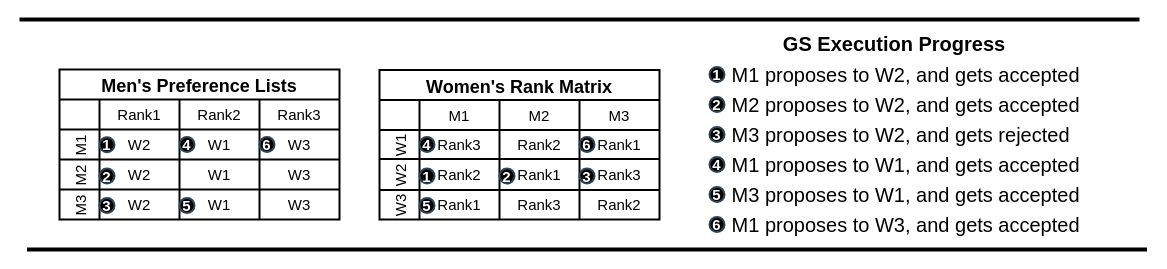
victorliu-sq/BambooSMP-Figures keeps this draw.io diagram as GSExecution.drawio. Above is the earlier version. Source tidied: cells renumbered, new cells numbered last; positions are measured from the earlier drawing's top-left corner, leaving out a move shared by most shapes. Both pictures are drawn from the tidied source at 100%, with x=0, y=0 at pixel (19, 19).
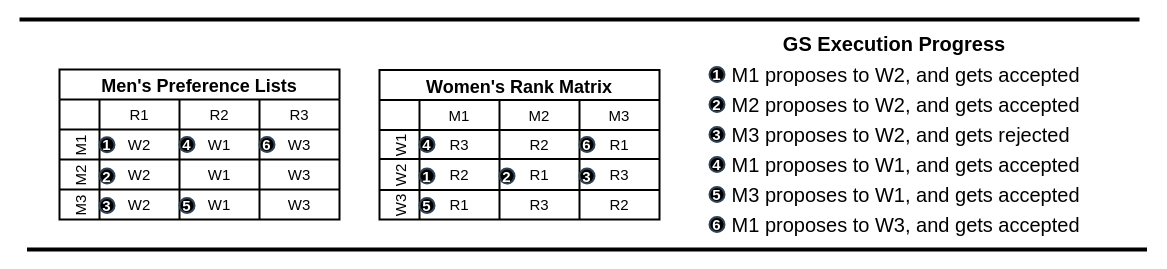
The same diagram, later.

Unchanged cells that the change refers to:
```xml
<mxCell id="3" style="shape=tableRow;horizontal=0;startSize=40;swimlaneHead=0;swimlaneBody=0;strokeColor=inherit;top=0;left=0;bottom=0;right=0;fillColor=none;fontSize=15;strokeWidth=2;" parent="2" vertex="1">
  <mxGeometry y="30" width="280" height="30" as="geometry" />
</mxCell>
<mxCell id="24" value="W1" style="shape=tableRow;horizontal=0;startSize=40;swimlaneHead=0;swimlaneBody=0;strokeColor=inherit;top=0;left=0;bottom=0;right=0;fillColor=none;fontSize=15;strokeWidth=2;" parent="19" vertex="1">
  <mxGeometry y="60" width="280" height="29" as="geometry" />
</mxCell>
<mxCell id="28" value="W2" style="shape=tableRow;horizontal=0;startSize=40;swimlaneHead=0;swimlaneBody=0;strokeColor=inherit;top=0;left=0;bottom=0;right=0;fillColor=none;fontSize=15;strokeWidth=2;" parent="19" vertex="1">
  <mxGeometry y="89" width="280" height="31" as="geometry" />
</mxCell>
<mxCell id="32" value="W3" style="shape=tableRow;horizontal=0;startSize=40;swimlaneHead=0;swimlaneBody=0;strokeColor=inherit;top=0;left=0;bottom=0;right=0;fillColor=none;fontSize=15;strokeWidth=2;" parent="19" vertex="1">
  <mxGeometry y="120" width="280" height="29" as="geometry" />
</mxCell>
```

Diff of the diagram source:
```diff
@@
-    <mxCell id="4" value="Rank1" style="shape=partialRectangle;html=1;whiteSpace=wrap;strokeColor=inherit;overflow=hidden;fillColor=none;top=0;left=0;bottom=0;right=0;fontSize=15;strokeWidth=2;" parent="3" vertex="1">
+    <mxCell id="4" value="R1" style="shape=partialRectangle;html=1;whiteSpace=wrap;strokeColor=inherit;overflow=hidden;fillColor=none;top=0;left=0;bottom=0;right=0;fontSize=15;strokeWidth=2;" parent="3" vertex="1">
       <mxGeometry x="40" width="80" height="30" as="geometry" />
     </mxCell>
-    <mxCell id="5" value="Rank2" style="shape=partialRectangle;html=1;whiteSpace=wrap;strokeColor=inherit;overflow=hidden;fillColor=none;top=0;left=0;bottom=0;right=0;fontSize=15;strokeWidth=2;" parent="3" vertex="1">
+    <mxCell id="5" value="R2" style="shape=partialRectangle;html=1;whiteSpace=wrap;strokeColor=inherit;overflow=hidden;fillColor=none;top=0;left=0;bottom=0;right=0;fontSize=15;strokeWidth=2;" parent="3" vertex="1">
       <mxGeometry x="120" width="80" height="30" as="geometry" />
     </mxCell>
-    <mxCell id="6" value="Rank3" style="shape=partialRectangle;html=1;whiteSpace=wrap;strokeColor=inherit;overflow=hidden;fillColor=none;top=0;left=0;bottom=0;right=0;strokeWidth=2;fontSize=15;" parent="3" vertex="1">
+    <mxCell id="6" value="R3" style="shape=partialRectangle;html=1;whiteSpace=wrap;strokeColor=inherit;overflow=hidden;fillColor=none;top=0;left=0;bottom=0;right=0;strokeWidth=2;fontSize=15;" parent="3" vertex="1">
       <mxGeometry x="200" width="80" height="30" as="geometry" />
     </mxCell>
@@
-    <mxCell id="25" value="Rank3" style="shape=partialRectangle;html=1;whiteSpace=wrap;strokeColor=inherit;overflow=hidden;fillColor=none;top=0;left=0;bottom=0;right=0;fontSize=15;strokeWidth=2;" parent="24" vertex="1">
+    <mxCell id="25" value="R3" style="shape=partialRectangle;html=1;whiteSpace=wrap;strokeColor=inherit;overflow=hidden;fillColor=none;top=0;left=0;bottom=0;right=0;fontSize=15;strokeWidth=2;" parent="24" vertex="1">
       <mxGeometry x="40" width="80" height="29" as="geometry" />
     </mxCell>
-    <mxCell id="26" value="Rank2" style="shape=partialRectangle;html=1;whiteSpace=wrap;strokeColor=inherit;overflow=hidden;fillColor=none;top=0;left=0;bottom=0;right=0;fontSize=15;strokeWidth=2;" parent="24" vertex="1">
+    <mxCell id="26" value="R2" style="shape=partialRectangle;html=1;whiteSpace=wrap;strokeColor=inherit;overflow=hidden;fillColor=none;top=0;left=0;bottom=0;right=0;fontSize=15;strokeWidth=2;" parent="24" vertex="1">
       <mxGeometry x="120" width="80" height="29" as="geometry" />
     </mxCell>
-    <mxCell id="27" value="Rank1" style="shape=partialRectangle;html=1;whiteSpace=wrap;strokeColor=inherit;overflow=hidden;fillColor=none;top=0;left=0;bottom=0;right=0;fontSize=15;strokeWidth=2;" parent="24" vertex="1">
+    <mxCell id="27" value="R1" style="shape=partialRectangle;html=1;whiteSpace=wrap;strokeColor=inherit;overflow=hidden;fillColor=none;top=0;left=0;bottom=0;right=0;fontSize=15;strokeWidth=2;" parent="24" vertex="1">
       <mxGeometry x="200" width="80" height="29" as="geometry" />
     </mxCell>
@@
-    <mxCell id="29" value="Rank2" style="shape=partialRectangle;html=1;whiteSpace=wrap;strokeColor=inherit;overflow=hidden;fillColor=none;top=0;left=0;bottom=0;right=0;fontSize=15;strokeWidth=2;" parent="28" vertex="1">
+    <mxCell id="29" value="R2" style="shape=partialRectangle;html=1;whiteSpace=wrap;strokeColor=inherit;overflow=hidden;fillColor=none;top=0;left=0;bottom=0;right=0;fontSize=15;strokeWidth=2;" parent="28" vertex="1">
       <mxGeometry x="40" width="80" height="31" as="geometry" />
     </mxCell>
-    <mxCell id="30" value="Rank1" style="shape=partialRectangle;html=1;whiteSpace=wrap;strokeColor=inherit;overflow=hidden;fillColor=none;top=0;left=0;bottom=0;right=0;fontSize=15;strokeWidth=2;" parent="28" vertex="1">
+    <mxCell id="30" value="R1" style="shape=partialRectangle;html=1;whiteSpace=wrap;strokeColor=inherit;overflow=hidden;fillColor=none;top=0;left=0;bottom=0;right=0;fontSize=15;strokeWidth=2;" parent="28" vertex="1">
       <mxGeometry x="120" width="80" height="31" as="geometry" />
     </mxCell>
-    <mxCell id="31" value="Rank3" style="shape=partialRectangle;html=1;whiteSpace=wrap;strokeColor=inherit;overflow=hidden;fillColor=none;top=0;left=0;bottom=0;right=0;fontSize=15;strokeWidth=2;" parent="28" vertex="1">
+    <mxCell id="31" value="R3" style="shape=partialRectangle;html=1;whiteSpace=wrap;strokeColor=inherit;overflow=hidden;fillColor=none;top=0;left=0;bottom=0;right=0;fontSize=15;strokeWidth=2;" parent="28" vertex="1">
       <mxGeometry x="200" width="80" height="31" as="geometry" />
     </mxCell>
@@
-    <mxCell id="33" value="Rank1" style="shape=partialRectangle;html=1;whiteSpace=wrap;strokeColor=inherit;overflow=hidden;fillColor=none;top=0;left=0;bottom=0;right=0;fontSize=15;strokeWidth=2;" parent="32" vertex="1">
+    <mxCell id="33" value="R1" style="shape=partialRectangle;html=1;whiteSpace=wrap;strokeColor=inherit;overflow=hidden;fillColor=none;top=0;left=0;bottom=0;right=0;fontSize=15;strokeWidth=2;" parent="32" vertex="1">
       <mxGeometry x="40" width="80" height="29" as="geometry" />
     </mxCell>
-    <mxCell id="34" value="Rank3" style="shape=partialRectangle;html=1;whiteSpace=wrap;strokeColor=inherit;overflow=hidden;fillColor=none;top=0;left=0;bottom=0;right=0;fontSize=15;strokeWidth=2;" parent="32" vertex="1">
+    <mxCell id="34" value="R3" style="shape=partialRectangle;html=1;whiteSpace=wrap;strokeColor=inherit;overflow=hidden;fillColor=none;top=0;left=0;bottom=0;right=0;fontSize=15;strokeWidth=2;" parent="32" vertex="1">
       <mxGeometry x="120" width="80" height="29" as="geometry" />
     </mxCell>
-    <mxCell id="35" value="Rank2" style="shape=partialRectangle;html=1;whiteSpace=wrap;strokeColor=inherit;overflow=hidden;fillColor=none;top=0;left=0;bottom=0;right=0;fontSize=15;strokeWidth=2;" parent="32" vertex="1">
+    <mxCell id="35" value="R2" style="shape=partialRectangle;html=1;whiteSpace=wrap;strokeColor=inherit;overflow=hidden;fillColor=none;top=0;left=0;bottom=0;right=0;fontSize=15;strokeWidth=2;" parent="32" vertex="1">
       <mxGeometry x="200" width="80" height="29" as="geometry" />
     </mxCell>
```
